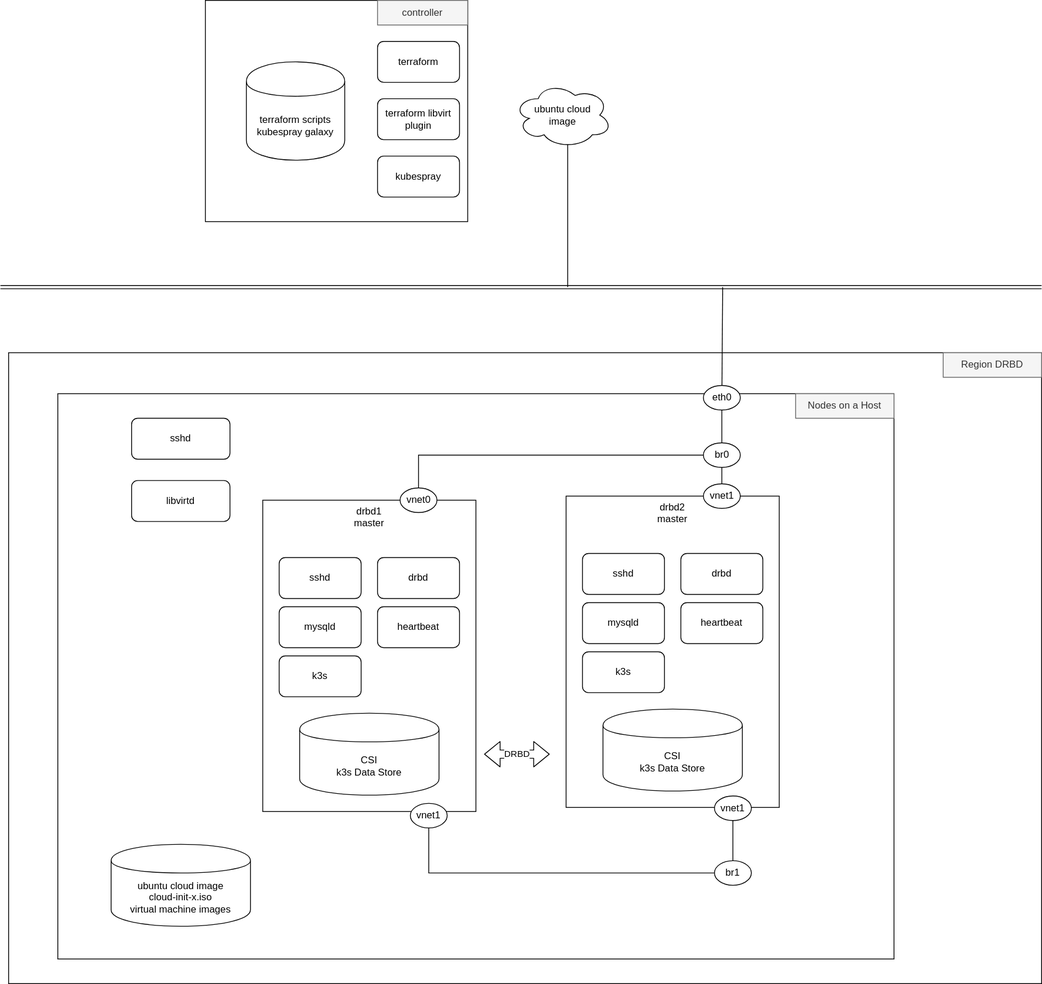
fcwu/kubenetes-learning-note keeps this draw.io diagram as terraform/assets/drbd.drawio.svg. Above is the earlier version. Source tidied: cells renumbered, new cells last; positions are measured from the earlier drawing's top-left corner, leaving out a move shared by most shapes.
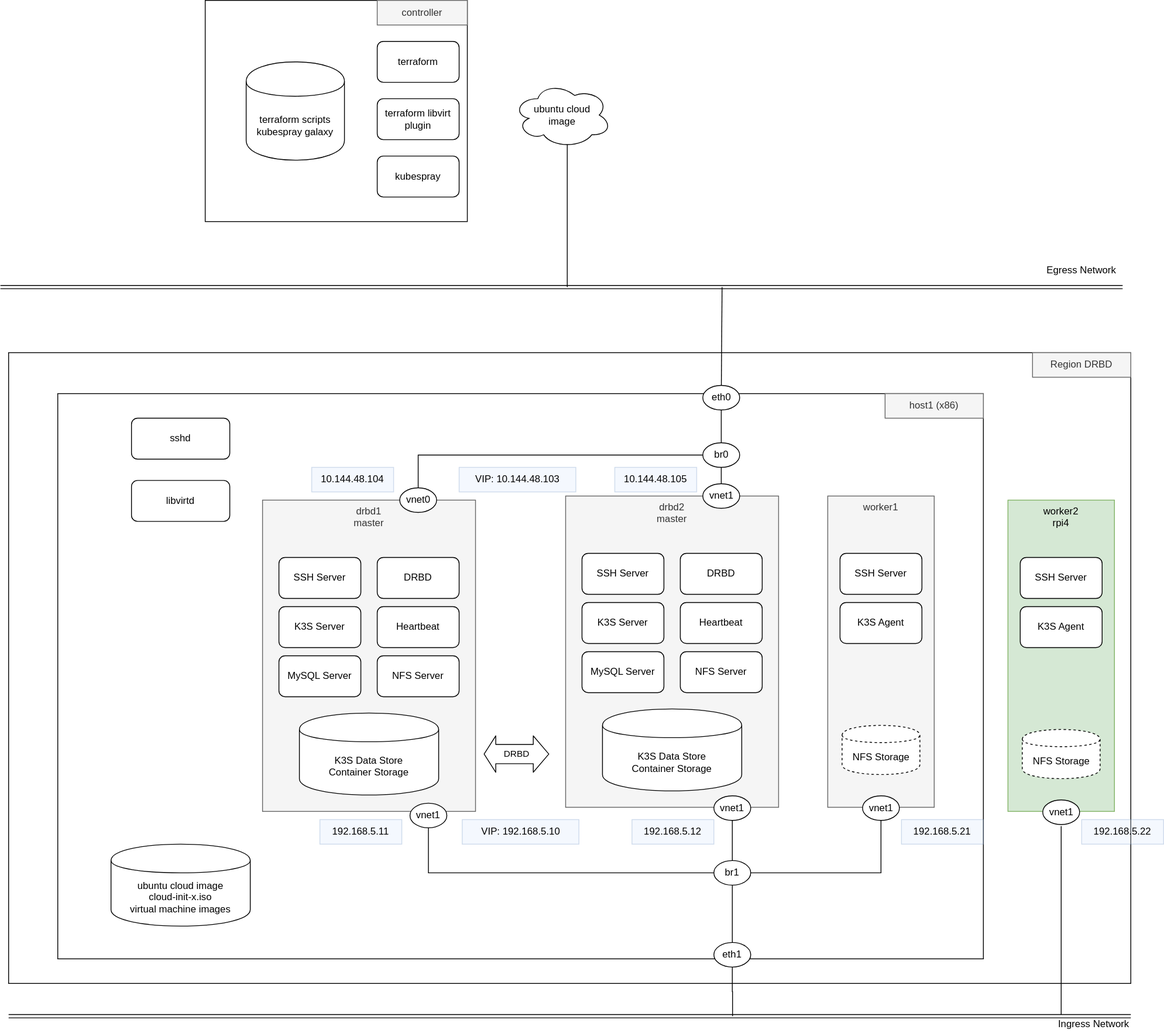
After the commit.

What changed in the source:
```diff
@@ -3,13 +3,13 @@
     <mxCell id="0" />
     <mxCell id="1" parent="0" />
     <mxCell id="2" style="rounded=0;whiteSpace=wrap;html=1;" parent="1" vertex="1">
-      <mxGeometry x="10" y="430" width="1260" height="770" as="geometry" />
+      <mxGeometry x="10" y="430" width="1370" height="770" as="geometry" />
     </mxCell>
     <mxCell id="3" style="rounded=0;whiteSpace=wrap;html=1;" parent="1" vertex="1">
-      <mxGeometry x="70" y="480" width="1020" height="690" as="geometry" />
+      <mxGeometry x="70" y="480" width="1130" height="690" as="geometry" />
     </mxCell>
-    <mxCell id="4" value="Nodes on a Host" style="rounded=0;whiteSpace=wrap;html=1;fillColor=#f5f5f5;strokeColor=#666666;fontColor=#333333;" parent="1" vertex="1">
-      <mxGeometry x="970" y="480" width="120" height="30" as="geometry" />
+    <mxCell id="4" value="host1 (x86)" style="rounded=0;whiteSpace=wrap;html=1;fillColor=#f5f5f5;strokeColor=#666666;fontColor=#333333;" parent="1" vertex="1">
+      <mxGeometry x="1080" y="480" width="120" height="30" as="geometry" />
     </mxCell>
     <mxCell id="5" style="edgeStyle=orthogonalEdgeStyle;rounded=0;jettySize=auto;html=1;exitX=0;exitY=0.5;exitDx=0;exitDy=0;entryX=0.5;entryY=0;entryDx=0;entryDy=0;endArrow=none;endFill=0;" parent="1" edge="1" source="7" target="28">
       <mxGeometry relative="1" as="geometry" />
@@ -47,7 +47,7 @@
     <mxCell id="16" style="shape=link;html=1;" parent="1" edge="1">
       <mxGeometry relative="1" as="geometry">
         <mxPoint y="350" as="sourcePoint" />
-        <mxPoint x="1270" y="350" as="targetPoint" />
+        <mxPoint x="1370" y="350" as="targetPoint" />
       </mxGeometry>
     </mxCell>
     <mxCell id="17" style="endArrow=none;html=1;" parent="1" edge="1" source="18">
@@ -70,7 +70,7 @@
       <mxGeometry relative="1" as="geometry" />
     </mxCell>
     <mxCell id="22" value="Region DRBD" style="rounded=0;whiteSpace=wrap;html=1;fillColor=#f5f5f5;strokeColor=#666666;fontColor=#333333;" parent="1" vertex="1">
-      <mxGeometry x="1150" y="430" width="120" height="30" as="geometry" />
+      <mxGeometry x="1260" y="430" width="120" height="30" as="geometry" />
     </mxCell>
     <mxCell id="23" value="sshd" style="rounded=1;whiteSpace=wrap;html=1;" parent="1" vertex="1">
       <mxGeometry x="160" y="510" width="120" height="50" as="geometry" />
@@ -78,77 +78,184 @@
     <mxCell id="24" style="edgeStyle=orthogonalEdgeStyle;rounded=0;jettySize=auto;html=1;exitX=0.5;exitY=0;exitDx=0;exitDy=0;endArrow=none;endFill=0;" parent="1" edge="1" source="25" target="44">
       <mxGeometry relative="1" as="geometry" />
     </mxCell>
+    <mxCell id="48" style="edgeStyle=orthogonalEdgeStyle;rounded=0;jettySize=auto;html=1;exitX=1;exitY=0.5;exitDx=0;exitDy=0;endArrow=none;endFill=0;" parent="1" edge="1" source="25" target="56">
+      <mxGeometry relative="1" as="geometry" />
+    </mxCell>
+    <mxCell id="49" style="edgeStyle=orthogonalEdgeStyle;rounded=0;jettySize=auto;html=1;exitX=0.5;exitY=1;exitDx=0;exitDy=0;endArrow=none;endFill=0;" parent="1" edge="1" source="75">
+      <mxGeometry relative="1" as="geometry">
+        <mxPoint x="893.8" y="1240" as="targetPoint" />
+      </mxGeometry>
+    </mxCell>
     <mxCell id="25" value="br1" style="ellipse;whiteSpace=wrap;html=1;" parent="1" vertex="1">
       <mxGeometry x="871" y="1050" width="45" height="30" as="geometry" />
     </mxCell>
     <mxCell id="26" style="group;" parent="1" vertex="1">
       <mxGeometry x="320" y="595" width="260" height="405" as="geometry" />
     </mxCell>
-    <mxCell id="27" value="drbd1&lt;br&gt;master" style="rounded=0;whiteSpace=wrap;html=1;verticalAlign=top;" parent="26" vertex="1">
+    <mxCell id="27" value="drbd1&lt;br&gt;master" style="rounded=0;whiteSpace=wrap;html=1;verticalAlign=top;fillColor=#f5f5f5;strokeColor=#666666;fontColor=#333333;" parent="26" vertex="1">
       <mxGeometry y="15" width="260" height="380" as="geometry" />
     </mxCell>
     <mxCell id="28" value="vnet0" style="ellipse;whiteSpace=wrap;html=1;" parent="26" vertex="1">
       <mxGeometry x="167.5" width="45" height="30" as="geometry" />
     </mxCell>
-    <mxCell id="29" value="CSI&lt;br&gt;k3s Data Store" style="shape=cylinder;whiteSpace=wrap;html=1;boundedLbl=1;backgroundOutline=1;" parent="26" vertex="1">
+    <mxCell id="29" value="K3S Data Store&lt;br&gt;Container Storage" style="shape=cylinder;whiteSpace=wrap;html=1;boundedLbl=1;backgroundOutline=1;" parent="26" vertex="1">
       <mxGeometry x="45" y="275" width="170" height="100" as="geometry" />
     </mxCell>
-    <mxCell id="30" value="sshd" style="rounded=1;whiteSpace=wrap;html=1;" parent="26" vertex="1">
+    <mxCell id="30" value="SSH Server" style="rounded=1;whiteSpace=wrap;html=1;" parent="26" vertex="1">
       <mxGeometry x="20" y="85" width="100" height="50" as="geometry" />
     </mxCell>
-    <mxCell id="31" value="mysqld" style="rounded=1;whiteSpace=wrap;html=1;" parent="26" vertex="1">
-      <mxGeometry x="20" y="145" width="100" height="50" as="geometry" />
+    <mxCell id="31" value="MySQL Server" style="rounded=1;whiteSpace=wrap;html=1;" parent="26" vertex="1">
+      <mxGeometry x="20" y="205" width="100" height="50" as="geometry" />
     </mxCell>
-    <mxCell id="32" value="heartbeat" style="rounded=1;whiteSpace=wrap;html=1;" parent="26" vertex="1">
+    <mxCell id="32" value="Heartbeat" style="rounded=1;whiteSpace=wrap;html=1;" parent="26" vertex="1">
       <mxGeometry x="140" y="145" width="100" height="50" as="geometry" />
     </mxCell>
-    <mxCell id="33" value="drbd" style="rounded=1;whiteSpace=wrap;html=1;" parent="26" vertex="1">
+    <mxCell id="33" value="DRBD" style="rounded=1;whiteSpace=wrap;html=1;" parent="26" vertex="1">
       <mxGeometry x="140" y="85" width="100" height="50" as="geometry" />
     </mxCell>
-    <mxCell id="34" value="k3s" style="rounded=1;whiteSpace=wrap;html=1;" parent="26" vertex="1">
-      <mxGeometry x="20" y="205" width="100" height="50" as="geometry" />
+    <mxCell id="34" value="K3S Server" style="rounded=1;whiteSpace=wrap;html=1;" parent="26" vertex="1">
+      <mxGeometry x="20" y="145" width="100" height="50" as="geometry" />
     </mxCell>
     <mxCell id="35" value="vnet1" style="ellipse;whiteSpace=wrap;html=1;" parent="26" vertex="1">
       <mxGeometry x="180" y="385" width="45" height="30" as="geometry" />
     </mxCell>
+    <mxCell id="50" value="NFS Server" style="rounded=1;whiteSpace=wrap;html=1;" parent="26" vertex="1">
+      <mxGeometry x="140" y="205" width="100" height="50" as="geometry" />
+    </mxCell>
+    <mxCell id="46" value="DRBD" style="shape=flexArrow;endArrow=classic;startArrow=classic;html=1;width=23.529411764705884;startSize=4.411764705882353;" parent="1" edge="1">
+      <mxGeometry relative="1" as="geometry">
+        <mxPoint x="590" y="920" as="sourcePoint" />
+        <mxPoint x="670" y="920" as="targetPoint" />
+      </mxGeometry>
+    </mxCell>
+    <mxCell id="47" style="edgeStyle=orthogonalEdgeStyle;rounded=0;jettySize=auto;html=1;exitX=0.5;exitY=1;exitDx=0;exitDy=0;entryX=0;entryY=0.5;entryDx=0;entryDy=0;endArrow=none;endFill=0;" parent="1" edge="1" source="35" target="25">
+      <mxGeometry relative="1" as="geometry" />
+    </mxCell>
+    <mxCell id="51" style="group;" parent="1" vertex="1">
+      <mxGeometry x="690" y="590" width="260" height="420" as="geometry" />
+    </mxCell>
-    <mxCell id="36" style="group;" parent="1" vertex="1">
-      <mxGeometry x="690" y="590" width="260" height="420" as="geometry" />
+    <mxCell id="36" style="group;" parent="51" vertex="1">
+      <mxGeometry width="260" height="420" as="geometry" />
     </mxCell>
-    <mxCell id="37" value="drbd2&lt;br&gt;master" style="rounded=0;whiteSpace=wrap;html=1;verticalAlign=top;" parent="36" vertex="1">
+    <mxCell id="37" value="drbd2&lt;br&gt;master" style="rounded=0;whiteSpace=wrap;html=1;verticalAlign=top;fillColor=#f5f5f5;strokeColor=#666666;fontColor=#333333;" parent="36" vertex="1">
       <mxGeometry y="15" width="260" height="380" as="geometry" />
     </mxCell>
-    <mxCell id="38" value="CSI&lt;br&gt;k3s Data Store" style="shape=cylinder;whiteSpace=wrap;html=1;boundedLbl=1;backgroundOutline=1;" parent="36" vertex="1">
+    <mxCell id="38" value="K3S Data Store&lt;br&gt;Container Storage" style="shape=cylinder;whiteSpace=wrap;html=1;boundedLbl=1;backgroundOutline=1;" parent="36" vertex="1">
       <mxGeometry x="45" y="275" width="170" height="100" as="geometry" />
     </mxCell>
-    <mxCell id="39" value="sshd" style="rounded=1;whiteSpace=wrap;html=1;" parent="36" vertex="1">
+    <mxCell id="39" value="SSH Server" style="rounded=1;whiteSpace=wrap;html=1;" parent="36" vertex="1">
       <mxGeometry x="20" y="85" width="100" height="50" as="geometry" />
     </mxCell>
-    <mxCell id="40" value="mysqld" style="rounded=1;whiteSpace=wrap;html=1;" parent="36" vertex="1">
-      <mxGeometry x="20" y="145" width="100" height="50" as="geometry" />
+    <mxCell id="40" value="MySQL Server" style="rounded=1;whiteSpace=wrap;html=1;" parent="36" vertex="1">
+      <mxGeometry x="20" y="205" width="100" height="50" as="geometry" />
     </mxCell>
-    <mxCell id="41" value="heartbeat" style="rounded=1;whiteSpace=wrap;html=1;" parent="36" vertex="1">
+    <mxCell id="41" value="Heartbeat" style="rounded=1;whiteSpace=wrap;html=1;" parent="36" vertex="1">
       <mxGeometry x="140" y="145" width="100" height="50" as="geometry" />
     </mxCell>
-    <mxCell id="42" value="drbd" style="rounded=1;whiteSpace=wrap;html=1;" parent="36" vertex="1">
+    <mxCell id="42" value="DRBD" style="rounded=1;whiteSpace=wrap;html=1;" parent="36" vertex="1">
       <mxGeometry x="140" y="85" width="100" height="50" as="geometry" />
     </mxCell>
-    <mxCell id="43" value="k3s" style="rounded=1;whiteSpace=wrap;html=1;" parent="36" vertex="1">
-      <mxGeometry x="20" y="205" width="100" height="50" as="geometry" />
+    <mxCell id="43" value="K3S Server" style="rounded=1;whiteSpace=wrap;html=1;" parent="36" vertex="1">
+      <mxGeometry x="20" y="145" width="100" height="50" as="geometry" />
     </mxCell>
     <mxCell id="44" value="vnet1" style="ellipse;whiteSpace=wrap;html=1;" parent="36" vertex="1">
       <mxGeometry x="181" y="381" width="45" height="30" as="geometry" />
     </mxCell>
+    <mxCell id="52" value="NFS Server" style="rounded=1;whiteSpace=wrap;html=1;" parent="36" vertex="1">
+      <mxGeometry x="140" y="205" width="100" height="50" as="geometry" />
+    </mxCell>
     <mxCell id="45" value="vnet1" style="ellipse;whiteSpace=wrap;html=1;" parent="1" vertex="1">
       <mxGeometry x="857.5" y="590" width="45" height="30" as="geometry" />
     </mxCell>
-    <mxCell id="46" value="DRBD" style="shape=flexArrow;endArrow=classic;startArrow=classic;html=1;" parent="1" edge="1">
-      <mxGeometry relative="1" as="geometry">
-        <mxPoint x="590" y="920" as="sourcePoint" />
-        <mxPoint x="670" y="920" as="targetPoint" />
-      </mxGeometry>
-    </mxCell>
-    <mxCell id="47" style="edgeStyle=orthogonalEdgeStyle;rounded=0;jettySize=auto;html=1;exitX=0.5;exitY=1;exitDx=0;exitDy=0;entryX=0;entryY=0.5;entryDx=0;entryDy=0;endArrow=none;endFill=0;" parent="1" edge="1" source="35" target="25">
-      <mxGeometry relative="1" as="geometry" />
-    </mxCell>
+    <mxCell id="53" style="group;dashed=1;" parent="1" vertex="1">
+      <mxGeometry x="1010" y="590" width="130" height="420" as="geometry" />
+    </mxCell>
+    <mxCell id="54" style="group;" parent="53" vertex="1">
+      <mxGeometry width="130" height="420" as="geometry" />
+    </mxCell>
+    <mxCell id="55" value="worker1" style="rounded=0;whiteSpace=wrap;html=1;verticalAlign=top;fillColor=#f5f5f5;strokeColor=#666666;fontColor=#333333;" parent="54" vertex="1">
+      <mxGeometry y="15" width="130" height="380" as="geometry" />
+    </mxCell>
+    <mxCell id="56" value="vnet1" style="ellipse;whiteSpace=wrap;html=1;" parent="54" vertex="1">
+      <mxGeometry x="42.5" y="381" width="45" height="30" as="geometry" />
+    </mxCell>
+    <mxCell id="57" value="SSH Server" style="rounded=1;whiteSpace=wrap;html=1;" parent="54" vertex="1">
+      <mxGeometry x="15" y="85" width="100" height="50" as="geometry" />
+    </mxCell>
+    <mxCell id="58" value="K3S Agent" style="rounded=1;whiteSpace=wrap;html=1;" parent="54" vertex="1">
+      <mxGeometry x="15" y="145" width="100" height="50" as="geometry" />
+    </mxCell>
+    <mxCell id="59" value="NFS Storage" style="shape=cylinder;whiteSpace=wrap;html=1;boundedLbl=1;backgroundOutline=1;dashed=1;" parent="54" vertex="1">
+      <mxGeometry x="17.5" y="295" width="95" height="60" as="geometry" />
+    </mxCell>
+    <mxCell id="60" style="group;" parent="1" vertex="1">
+      <mxGeometry x="1230" y="595" width="130" height="420" as="geometry" />
+    </mxCell>
+    <mxCell id="61" style="group;" parent="60" vertex="1">
+      <mxGeometry width="130" height="420" as="geometry" />
+    </mxCell>
+    <mxCell id="62" value="worker2&lt;br&gt;rpi4" style="rounded=0;whiteSpace=wrap;html=1;verticalAlign=top;fillColor=#d5e8d4;strokeColor=#82b366;" parent="61" vertex="1">
+      <mxGeometry y="15" width="130" height="380" as="geometry" />
+    </mxCell>
+    <mxCell id="63" value="vnet1" style="ellipse;whiteSpace=wrap;html=1;" parent="61" vertex="1">
+      <mxGeometry x="42.5" y="381" width="45" height="30" as="geometry" />
+    </mxCell>
+    <mxCell id="64" value="SSH Server" style="rounded=1;whiteSpace=wrap;html=1;" parent="61" vertex="1">
+      <mxGeometry x="15" y="85" width="100" height="50" as="geometry" />
+    </mxCell>
+    <mxCell id="65" value="K3S Agent" style="rounded=1;whiteSpace=wrap;html=1;" parent="61" vertex="1">
+      <mxGeometry x="15" y="145" width="100" height="50" as="geometry" />
+    </mxCell>
+    <mxCell id="66" value="NFS Storage" style="shape=cylinder;whiteSpace=wrap;html=1;boundedLbl=1;backgroundOutline=1;dashed=1;" parent="61" vertex="1">
+      <mxGeometry x="17.5" y="295" width="95" height="60" as="geometry" />
+    </mxCell>
+    <mxCell id="67" style="shape=link;html=1;" parent="1" edge="1">
+      <mxGeometry relative="1" as="geometry">
+        <mxPoint x="10" y="1240" as="sourcePoint" />
+        <mxPoint x="1380" y="1240" as="targetPoint" />
+      </mxGeometry>
+    </mxCell>
+    <mxCell id="68" style="edgeStyle=orthogonalEdgeStyle;rounded=0;orthogonalLoop=1;jettySize=auto;html=1;endArrow=none;endFill=0;" parent="1" edge="1">
+      <mxGeometry relative="1" as="geometry">
+        <mxPoint x="1295" y="1008" as="sourcePoint" />
+        <mxPoint x="1295" y="1238" as="targetPoint" />
+      </mxGeometry>
+    </mxCell>
+    <mxCell id="69" value="VIP: 10.144.48.103" style="rounded=0;whiteSpace=wrap;html=1;fillColor=#dae8fc;opacity=30;strokeColor=#6c8ebf;align=center;" parent="1" vertex="1">
+      <mxGeometry x="560" y="570" width="142.5" height="30" as="geometry" />
+    </mxCell>
+    <mxCell id="70" value="10.144.48.104" style="rounded=0;whiteSpace=wrap;html=1;fillColor=#dae8fc;opacity=30;strokeColor=#6c8ebf;align=center;" parent="1" vertex="1">
+      <mxGeometry x="380" y="570" width="100" height="30" as="geometry" />
+    </mxCell>
+    <mxCell id="71" value="10.144.48.105" style="rounded=0;whiteSpace=wrap;html=1;fillColor=#dae8fc;opacity=30;strokeColor=#6c8ebf;align=center;" parent="1" vertex="1">
+      <mxGeometry x="750" y="570" width="100" height="30" as="geometry" />
+    </mxCell>
+    <mxCell id="72" value="VIP: 192.168.5.10" style="rounded=0;whiteSpace=wrap;html=1;fillColor=#dae8fc;opacity=30;strokeColor=#6c8ebf;align=center;" parent="1" vertex="1">
+      <mxGeometry x="563.8" y="1000" width="142.5" height="30" as="geometry" />
+    </mxCell>
+    <mxCell id="73" value="192.168.5.11" style="rounded=0;whiteSpace=wrap;html=1;fillColor=#dae8fc;opacity=30;strokeColor=#6c8ebf;align=center;" parent="1" vertex="1">
+      <mxGeometry x="390" y="1000" width="100" height="30" as="geometry" />
+    </mxCell>
+    <mxCell id="74" value="192.168.5.12" style="rounded=0;whiteSpace=wrap;html=1;fillColor=#dae8fc;opacity=30;strokeColor=#6c8ebf;align=center;" parent="1" vertex="1">
+      <mxGeometry x="771" y="1000" width="100" height="30" as="geometry" />
+    </mxCell>
+    <mxCell id="75" value="eth1" style="ellipse;whiteSpace=wrap;html=1;" parent="1" vertex="1">
+      <mxGeometry x="871" y="1150" width="45" height="30" as="geometry" />
+    </mxCell>
+    <mxCell id="76" style="edgeStyle=orthogonalEdgeStyle;rounded=0;jettySize=auto;html=1;exitX=0.5;exitY=1;exitDx=0;exitDy=0;endArrow=none;endFill=0;" parent="1" edge="1" source="25" target="75">
+      <mxGeometry relative="1" as="geometry" />
+    </mxCell>
+    <mxCell id="77" value="Egress Network" style="text;html=1;strokeColor=none;fillColor=none;align=center;verticalAlign=middle;whiteSpace=wrap;rounded=0;opacity=30;" parent="1" vertex="1">
+      <mxGeometry x="1265" y="320" width="110" height="20" as="geometry" />
+    </mxCell>
+    <mxCell id="78" value="Ingress Network" style="text;html=1;strokeColor=none;fillColor=none;align=center;verticalAlign=middle;whiteSpace=wrap;rounded=0;opacity=30;" parent="1" vertex="1">
+      <mxGeometry x="1280" y="1240" width="110" height="20" as="geometry" />
+    </mxCell>
+    <mxCell id="79" value="192.168.5.21" style="rounded=0;whiteSpace=wrap;html=1;fillColor=#dae8fc;opacity=30;strokeColor=#6c8ebf;align=center;" parent="1" vertex="1">
+      <mxGeometry x="1100" y="1000" width="100" height="30" as="geometry" />
+    </mxCell>
+    <mxCell id="80" value="192.168.5.22" style="rounded=0;whiteSpace=wrap;html=1;fillColor=#dae8fc;opacity=30;strokeColor=#6c8ebf;align=center;" parent="1" vertex="1">
+      <mxGeometry x="1320" y="1000" width="100" height="30" as="geometry" />
+    </mxCell>
   </root>
 </mxGraphModel>
```
